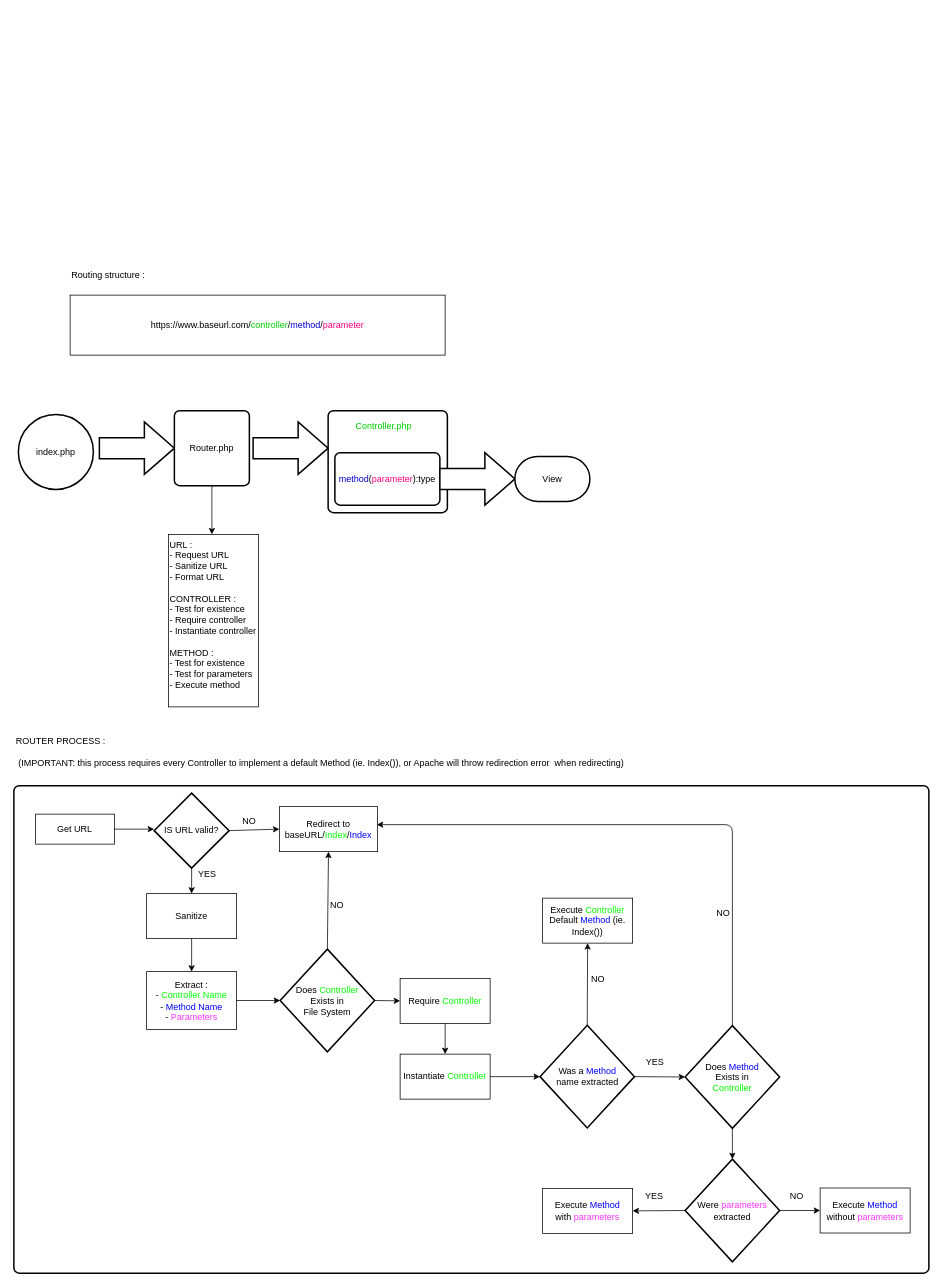
The draw.io diagram page "Router" (2 of 5) of w2wdafts.drawio in PAC-2019-2020-films/projet-et-analyse, before the edit. Source tidied: cells renumbered, new cells numbered last; positions are measured from the earlier drawing's top-left corner, leaving out a move shared by most shapes. Both pictures are drawn from the tidied source at 75%, with x=0, y=0 at pixel (14, 268).
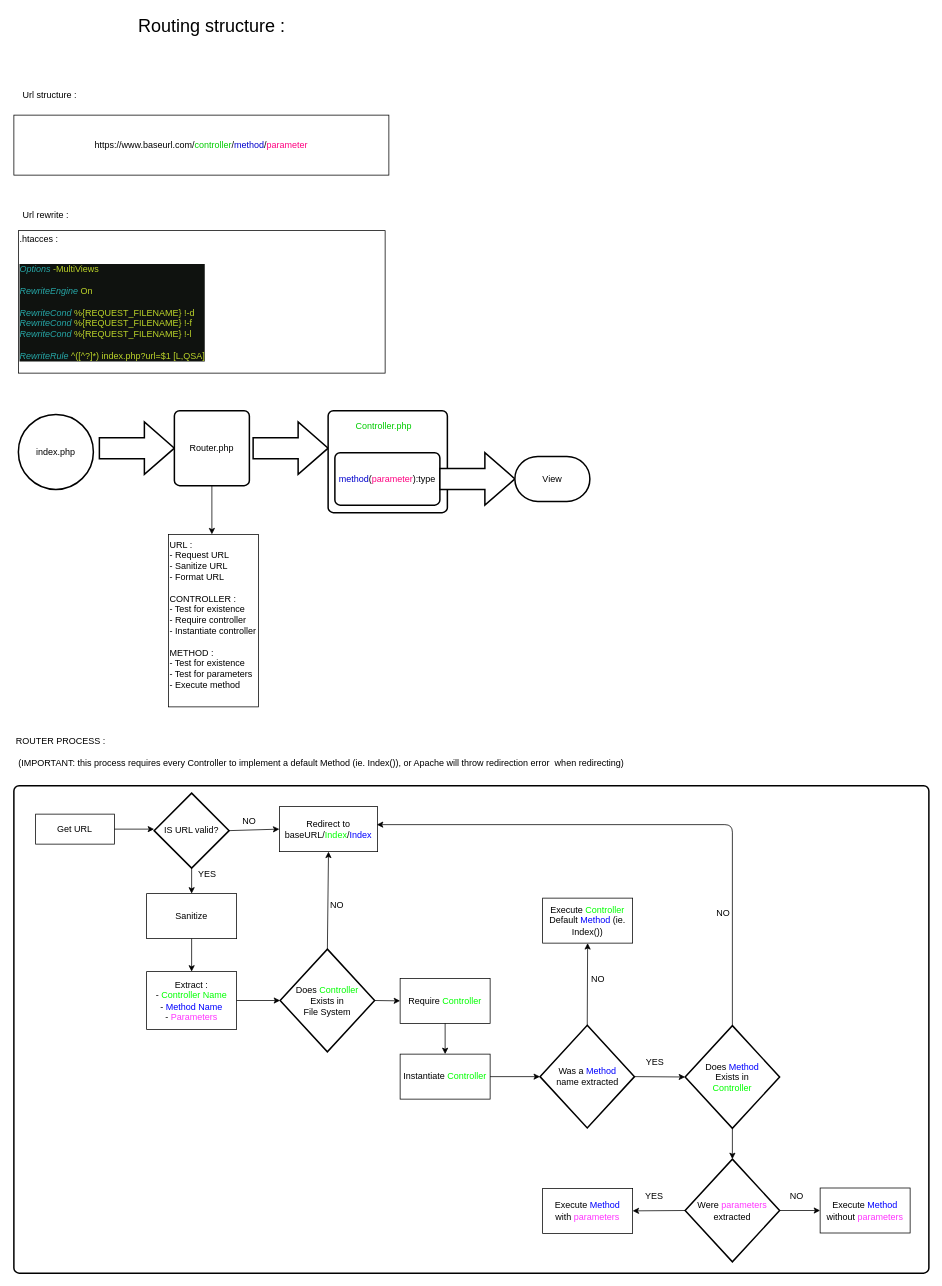
Above is the later version.

Diff of the diagram source:
```diff
@@
-    <mxCell id="2" value="&lt;div&gt;Routing structure : &lt;br&gt;&lt;/div&gt;&lt;div&gt;&lt;br&gt;&lt;/div&gt;" style="text;html=1;align=left;verticalAlign=top;spacingTop=-4;" parent="1" vertex="1">
-      <mxGeometry x="75" width="120" height="30" as="geometry" />
+    <mxCell id="2" value="&lt;div style=&quot;font-size: 24px&quot;&gt;&lt;font style=&quot;font-size: 24px&quot;&gt;Routing structure : &lt;br&gt;&lt;/font&gt;&lt;/div&gt;&lt;div style=&quot;font-size: 24px&quot;&gt;&lt;br&gt;&lt;/div&gt;" style="text;html=1;align=left;verticalAlign=top;spacingTop=-4;" parent="1" vertex="1">
+      <mxGeometry x="164" y="-340" width="210" height="30" as="geometry" />
     </mxCell>
     <mxCell id="3" value="https://www.baseurl.com/&lt;font color=&quot;#00CC00&quot;&gt;controller&lt;/font&gt;/&lt;font color=&quot;#0000CC&quot;&gt;method&lt;/font&gt;/&lt;font color=&quot;#FF0080&quot;&gt;parameter&lt;/font&gt;" style="rounded=0;whiteSpace=wrap;html=1;" parent="1" vertex="1">
-      <mxGeometry x="75" y="36" width="500" height="80" as="geometry" />
+      <mxGeometry y="-204" width="500" height="80" as="geometry" />
     </mxCell>
@@
+    <mxCell id="54" value="&lt;span style=&quot;white-space: normal&quot;&gt;.htacces :&lt;/span&gt;&lt;br style=&quot;white-space: normal&quot;&gt;&lt;br style=&quot;white-space: normal&quot;&gt;&lt;pre style=&quot;font-size: 9pt ; background-color: rgb(15 , 18 , 15) ; color: rgb(216 , 235 , 229) ; font-family: &amp;#34;fira code&amp;#34;&quot;&gt;&lt;span style=&quot;color: rgb(38 , 166 , 166) ; font-style: italic&quot;&gt;Options &lt;/span&gt;&lt;span style=&quot;color: rgb(188 , 212 , 42)&quot;&gt;-MultiViews&lt;br&gt;&lt;/span&gt;&lt;span style=&quot;color: rgb(188 , 212 , 42)&quot;&gt;&lt;br&gt;&lt;/span&gt;&lt;span style=&quot;color: rgb(38 , 166 , 166) ; font-style: italic&quot;&gt;RewriteEngine &lt;/span&gt;&lt;span style=&quot;color: rgb(188 , 212 , 42)&quot;&gt;On&lt;br&gt;&lt;/span&gt;&lt;span style=&quot;color: rgb(188 , 212 , 42)&quot;&gt;&lt;br&gt;&lt;/span&gt;&lt;span style=&quot;color: rgb(38 , 166 , 166) ; font-style: italic&quot;&gt;RewriteCond &lt;/span&gt;&lt;span style=&quot;color: rgb(188 , 212 , 42)&quot;&gt;%{REQUEST_FILENAME} !-d&lt;br&gt;&lt;/span&gt;&lt;span style=&quot;color: rgb(38 , 166 , 166) ; font-style: italic&quot;&gt;RewriteCond &lt;/span&gt;&lt;span style=&quot;color: rgb(188 , 212 , 42)&quot;&gt;%{REQUEST_FILENAME} !-f&lt;br&gt;&lt;/span&gt;&lt;span style=&quot;color: rgb(38 , 166 , 166) ; font-style: italic&quot;&gt;RewriteCond &lt;/span&gt;&lt;span style=&quot;color: rgb(188 , 212 , 42)&quot;&gt;%{REQUEST_FILENAME} !-l&lt;br&gt;&lt;/span&gt;&lt;span style=&quot;color: rgb(188 , 212 , 42)&quot;&gt;&lt;br&gt;&lt;/span&gt;&lt;span style=&quot;color: rgb(38 , 166 , 166) ; font-style: italic&quot;&gt;RewriteRule &lt;/span&gt;&lt;span style=&quot;color: rgb(188 , 212 , 42)&quot;&gt;^([^?]*) index.php?url=$1 [L,QSA]&lt;/span&gt;&lt;/pre&gt;" style="rounded=0;whiteSpace=wrap;html=1;align=left;" parent="1" vertex="1">
+      <mxGeometry x="6" y="-50" width="489" height="190" as="geometry" />
+    </mxCell>
+    <mxCell id="55" value="Url structure :&amp;nbsp;" style="text;html=1;align=left;verticalAlign=top;spacingTop=-4;" parent="1" vertex="1">
+      <mxGeometry x="10" y="-240" width="90" height="20" as="geometry" />
+    </mxCell>
+    <mxCell id="56" value="Url rewrite :" style="text;html=1;align=left;verticalAlign=top;spacingTop=-4;" parent="1" vertex="1">
+      <mxGeometry x="10" y="-80" width="80" height="20" as="geometry" />
+    </mxCell>
```
